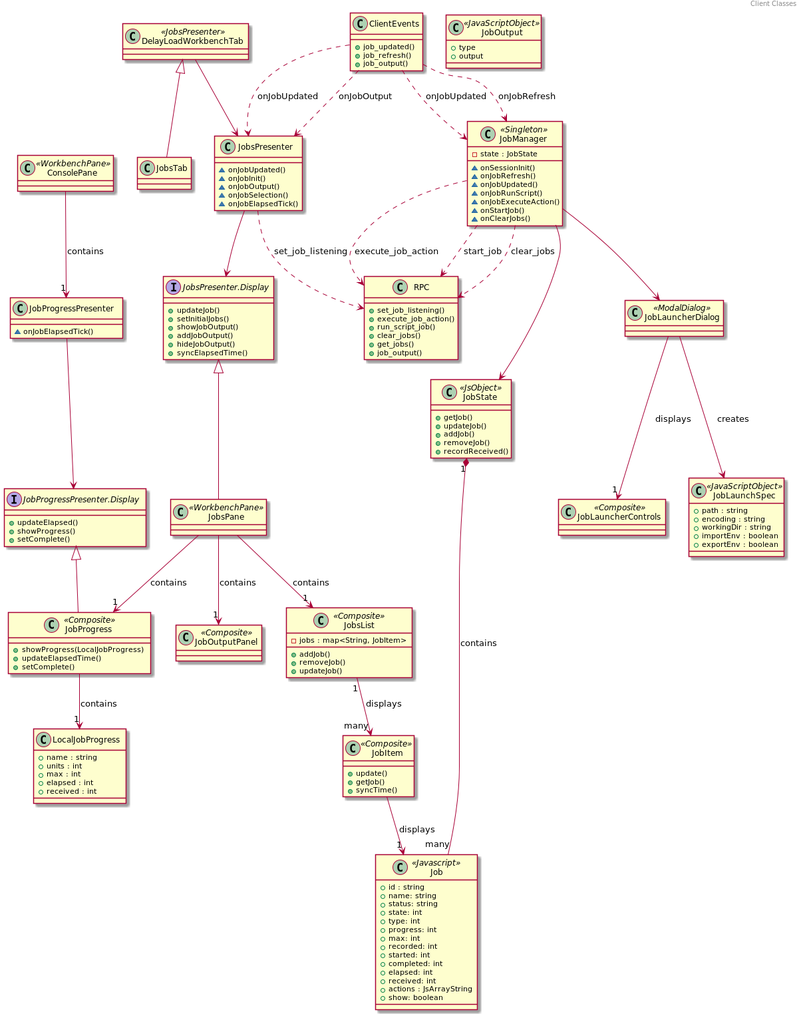
Above: gwt_classes.png in gtritchie/uml (PlantUML), before the change.
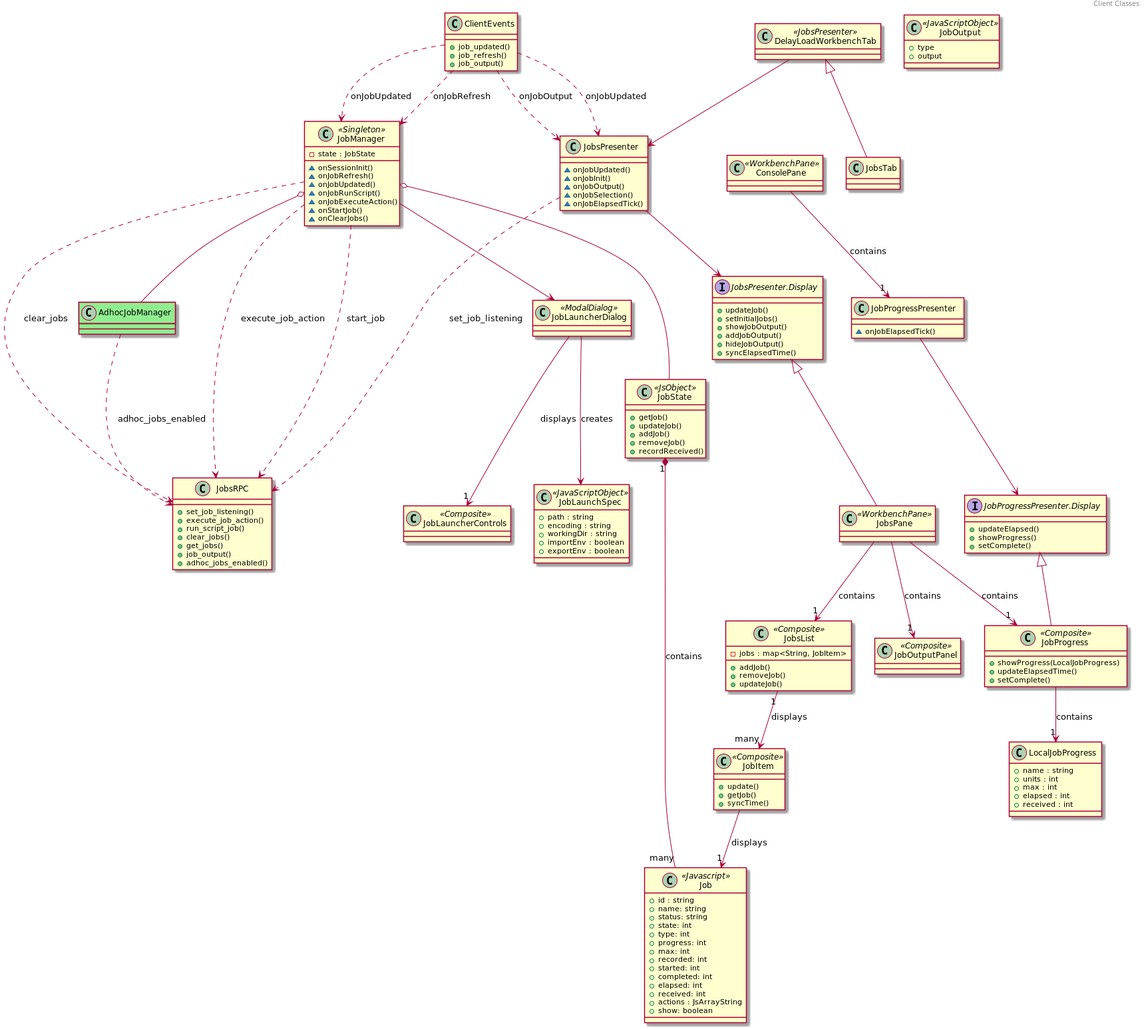
Later version of the same file.

What changed in the source:
```diff
@@ -110,7 +110,7 @@
     +recordReceived()
 }
 
-JobManager --> JobState
+JobManager o-- JobState
 JobState "1" *-- "many" Job : contains
 
 class JobsList<< Composite >> {
@@ -134,19 +134,20 @@
     +output
 }
 
-class RPC {
+class JobsRPC {
     +set_job_listening()
     +execute_job_action()
     +run_script_job()
     +clear_jobs()
     +get_jobs()
     +job_output()
+    +adhoc_jobs_enabled()
 }
 
-JobsPresenter ..> RPC : set_job_listening
-JobManager ..> RPC : execute_job_action
-JobManager ..> RPC : start_job
-JobManager ..> RPC : clear_jobs
+JobsPresenter ..> JobsRPC : set_job_listening
+JobManager ..> JobsRPC : execute_job_action
+JobManager ..> JobsRPC : start_job
+JobManager ..> JobsRPC : clear_jobs
 
 class ClientEvents {
     +job_updated()
@@ -176,4 +177,9 @@
 JobLauncherDialog --> JobLaunchSpec : creates
 JobManager --> JobLauncherDialog
 
+class AdhocJobManager #LightGreen {
+}
+
+JobManager o-- AdhocJobManager
+AdhocJobManager ..> JobsRPC : adhoc_jobs_enabled
 @enduml
```
